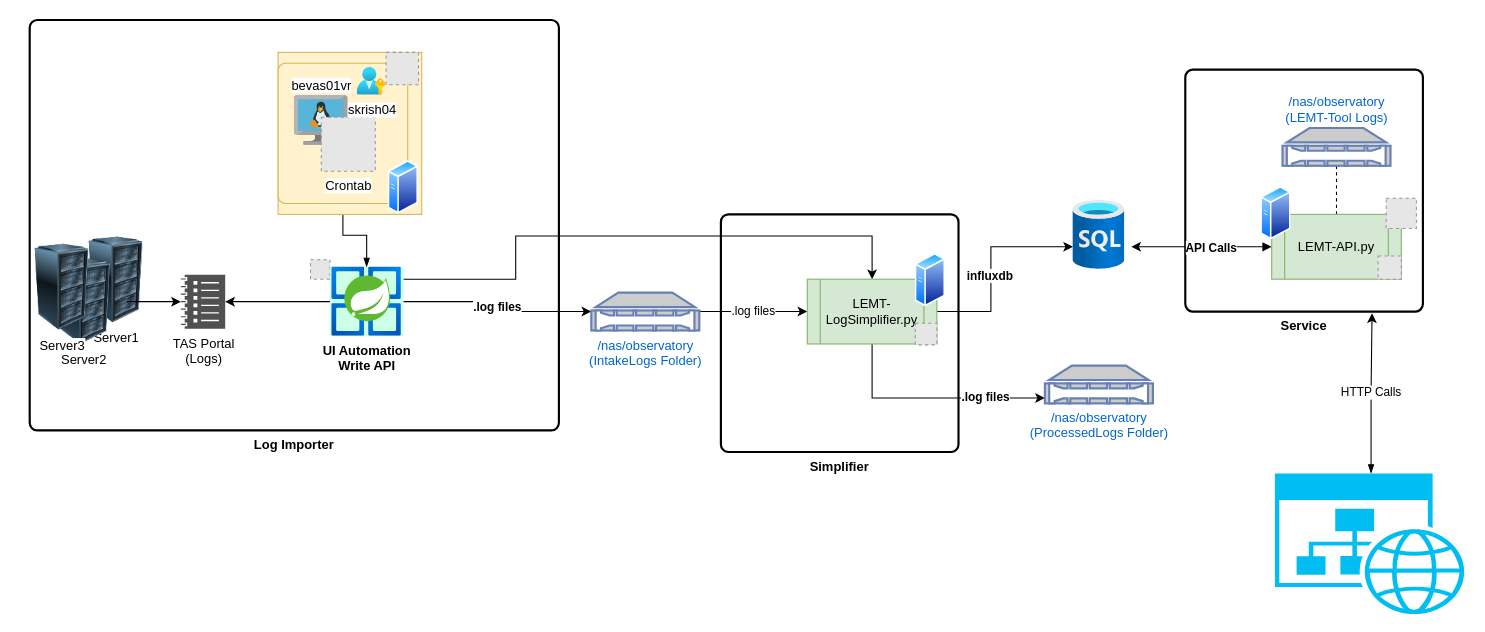
This is page "LEMT-TAS" (2 of 4) of SupportTools.drawio from sanjaipk/Application-Architecture, a draw.io file, before an edit. Source tidied: cells renumbered, new cells numbered last; positions are measured from the earlier drawing's top-left corner, leaving out a move shared by most shapes. Both pictures are drawn from the tidied source at 108%, with x=0, y=0 at pixel (18, 19). Pictures stored in the file or linked from it are replaced by grey dashed boxes.
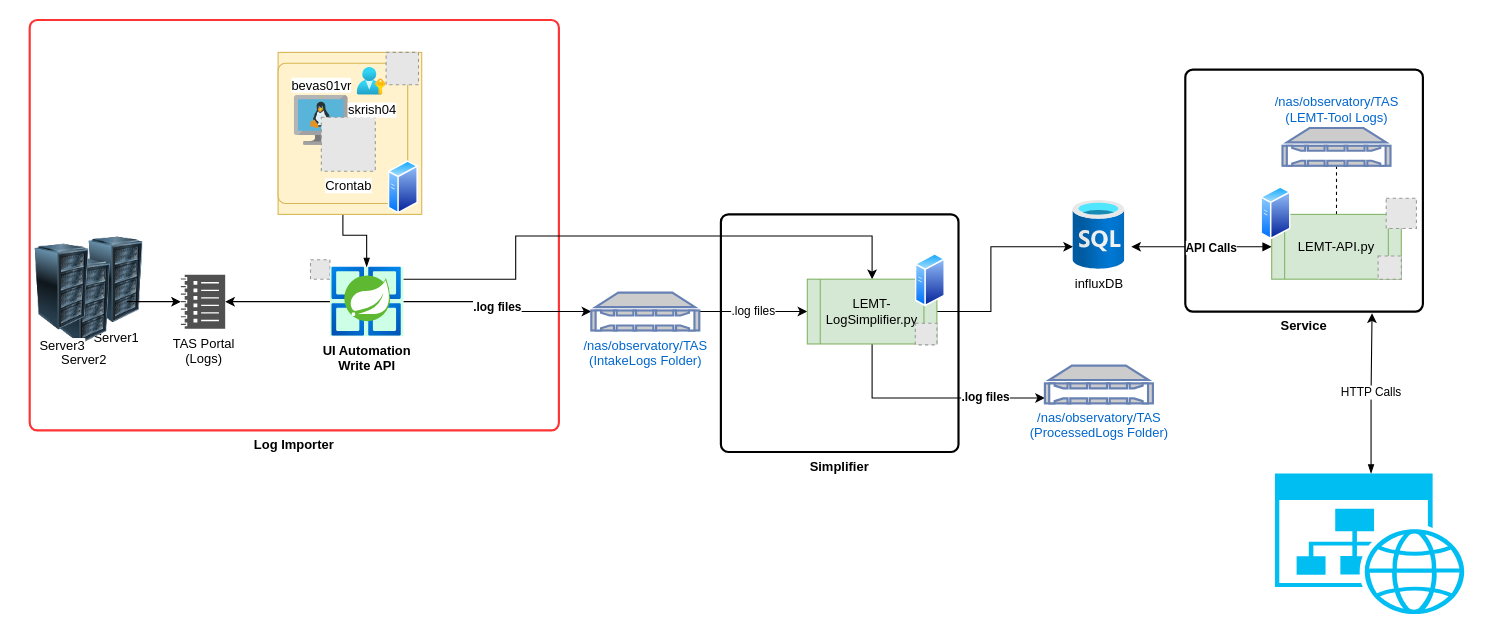
The same page after the edit.

The change refers to these unchanged cells:
```xml
<mxCell id="11" style="edgeStyle=orthogonalEdgeStyle;rounded=0;jettySize=auto;html=1;fontColor=default;" parent="1" edge="1" source="15" target="42">
  <mxGeometry relative="1" as="geometry">
    <Array as="points">
      <mxPoint x="900" y="270" />
      <mxPoint x="900" y="210" />
    </Array>
  </mxGeometry>
</mxCell>
```

What changed in the source:
```diff
@@
-    <mxCell id="3" value="Log Importer" style="rounded=1;whiteSpace=wrap;html=1;absoluteArcSize=1;arcSize=14;strokeWidth=2;fontColor=default;fillColor=none;labelPosition=center;verticalLabelPosition=bottom;align=center;verticalAlign=top;fontStyle=1;" parent="1" vertex="1">
+    <mxCell id="3" value="Log Importer" style="rounded=1;whiteSpace=wrap;html=1;absoluteArcSize=1;arcSize=14;strokeWidth=2;fontColor=default;fillColor=none;labelPosition=center;verticalLabelPosition=bottom;align=center;verticalAlign=top;fontStyle=1;strokeColor=#FF3333;" parent="1" vertex="1">
       <mxGeometry x="10" width="490" height="380" as="geometry" />
     </mxCell>
@@
-    <mxCell id="10" value="/nas/observatory&lt;br&gt;(IntakeLogs Folder)" style="fontColor=#0066CC;verticalAlign=top;verticalLabelPosition=bottom;labelPosition=center;align=center;html=1;outlineConnect=0;fillColor=#CCCCCC;strokeColor=#6881B3;gradientColor=none;gradientDirection=north;strokeWidth=2;shape=mxgraph.networks.nas_filer;" parent="1" vertex="1">
+    <mxCell id="10" value="/nas/observatory/TAS&lt;br&gt;(IntakeLogs Folder)" style="fontColor=#0066CC;verticalAlign=top;verticalLabelPosition=bottom;labelPosition=center;align=center;html=1;outlineConnect=0;fillColor=#CCCCCC;strokeColor=#6881B3;gradientColor=none;gradientDirection=north;strokeWidth=2;shape=mxgraph.networks.nas_filer;" parent="1" vertex="1">
       <mxGeometry x="530" y="252.5" width="100" height="35" as="geometry" />
     </mxCell>
@@
-    <mxCell id="12" value="influxdb" style="edgeLabel;html=1;align=center;verticalAlign=middle;fontColor=default;fontStyle=1;" parent="11" vertex="1">
-      <mxGeometry x="-0.28" y="2" relative="1" as="geometry">
-        <mxPoint y="-17" as="offset" />
-      </mxGeometry>
-    </mxCell>
@@
-    <mxCell id="16" value="/nas/observatory&lt;br&gt;(ProcessedLogs Folder)" style="fontColor=#0066CC;verticalAlign=top;verticalLabelPosition=bottom;labelPosition=center;align=center;html=1;outlineConnect=0;fillColor=#CCCCCC;strokeColor=#6881B3;gradientColor=none;gradientDirection=north;strokeWidth=2;shape=mxgraph.networks.nas_filer;" parent="1" vertex="1">
+    <mxCell id="16" value="/nas/observatory/TAS&lt;br&gt;(ProcessedLogs Folder)" style="fontColor=#0066CC;verticalAlign=top;verticalLabelPosition=bottom;labelPosition=center;align=center;html=1;outlineConnect=0;fillColor=#CCCCCC;strokeColor=#6881B3;gradientColor=none;gradientDirection=north;strokeWidth=2;shape=mxgraph.networks.nas_filer;" parent="1" vertex="1">
       <mxGeometry x="950" y="320" width="100" height="35" as="geometry" />
     </mxCell>
@@
-    <mxCell id="21" value="/nas/observatory&lt;br&gt;(LEMT-Tool Logs)" style="fontColor=#0066CC;verticalAlign=bottom;verticalLabelPosition=top;labelPosition=center;align=center;html=1;outlineConnect=0;fillColor=#CCCCCC;strokeColor=#6881B3;gradientColor=none;gradientDirection=north;strokeWidth=2;shape=mxgraph.networks.nas_filer;" parent="1" vertex="1">
+    <mxCell id="21" value="/nas/observatory/TAS&lt;br&gt;(LEMT-Tool Logs)" style="fontColor=#0066CC;verticalAlign=bottom;verticalLabelPosition=top;labelPosition=center;align=center;html=1;outlineConnect=0;fillColor=#CCCCCC;strokeColor=#6881B3;gradientColor=none;gradientDirection=north;strokeWidth=2;shape=mxgraph.networks.nas_filer;" parent="1" vertex="1">
       <mxGeometry x="1170" y="100" width="100" height="35" as="geometry" />
     </mxCell>
@@
-    <mxCell id="42" style="html=1;points=[];align=center;image;fontSize=12;image=img/lib/azure2/preview/Time_Series_Data_Sets.svg;" parent="1" vertex="1">
+    <mxCell id="42" value="influxDB" style="html=1;points=[];align=center;image;fontSize=12;image=img/lib/azure2/preview/Time_Series_Data_Sets.svg;" parent="1" vertex="1">
       <mxGeometry x="976" y="167" width="48" height="64" as="geometry" />
     </mxCell>
```
